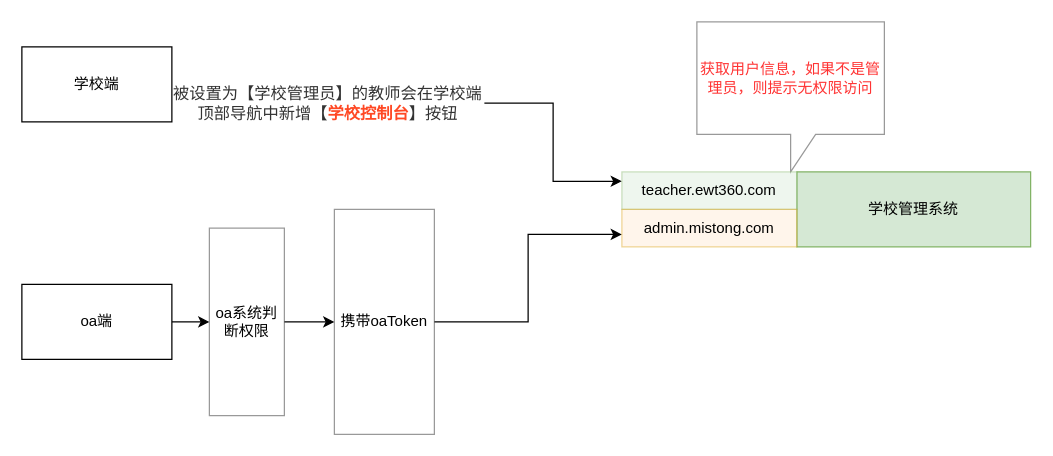
Above: Untitled Diagram.drawio in jinlianglou/my_workdir_exe (draw.io), before the change. Source tidied: cells renumbered, new cells numbered last; positions are measured from the earlier drawing's top-left corner, leaving out a move shared by most shapes. Both pictures are drawn from the tidied source at 125%, with x=0, y=0 at pixel (21, 21).
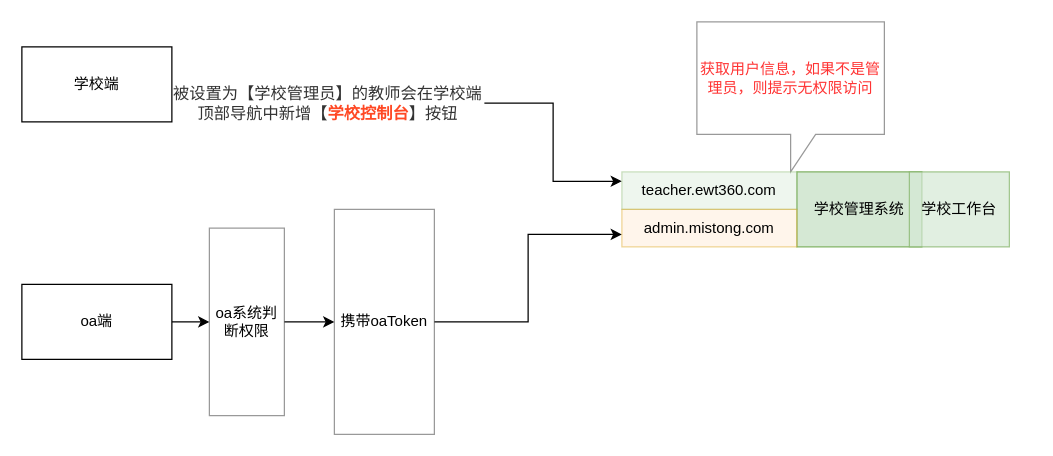
After the change.

The edit, as a diff of the source:
```diff
@@
 <mxGraphModel>
   <root>
     <mxCell id="0" />
     <mxCell id="1" parent="0" />
     <mxCell id="2" value="学校端" style="rounded=0;whiteSpace=wrap;html=1;" parent="1" vertex="1">
       <mxGeometry y="20" width="120" height="60" as="geometry" />
     </mxCell>
     <mxCell id="3" style="edgeStyle=orthogonalEdgeStyle;rounded=0;jettySize=auto;html=1;" parent="1" edge="1" source="4" target="10">
       <mxGeometry relative="1" as="geometry" />
     </mxCell>
     <mxCell id="4" value="oa端" style="rounded=0;whiteSpace=wrap;html=1;" parent="1" vertex="1">
       <mxGeometry y="210" width="120" height="60" as="geometry" />
     </mxCell>
     <mxCell id="5" style="edgeStyle=orthogonalEdgeStyle;rounded=0;jettySize=auto;html=1;entryX=0;entryY=0.25;entryDx=0;entryDy=0;" parent="1" edge="1" source="6" target="13">
       <mxGeometry relative="1" as="geometry" />
     </mxCell>
     <mxCell id="6" value="&lt;span style=&quot;font-size: 13px ; text-align: left&quot;&gt;&lt;font color=&quot;#333333&quot;&gt;被设置为【学校管理员】的教师会在学校端顶部导航中新增【&lt;/font&gt;&lt;b&gt;&lt;font color=&quot;#ff4824&quot;&gt;学校控制台&lt;/font&gt;&lt;/b&gt;&lt;font color=&quot;#333333&quot;&gt;】按钮&lt;/font&gt;&lt;/span&gt;" style="text;html=1;strokeColor=none;fillColor=none;align=center;verticalAlign=middle;whiteSpace=wrap;rounded=0;" parent="1" vertex="1">
       <mxGeometry x="120" y="60" width="250" height="10" as="geometry" />
     </mxCell>
     <mxCell id="7" value="学校管理系统" style="rounded=0;whiteSpace=wrap;html=1;fillColor=#d5e8d4;strokeColor=#82b366;" parent="1" vertex="1">
-      <mxGeometry x="620" y="120" width="187" height="60" as="geometry" />
+      <mxGeometry x="620" y="120" width="100" height="60" as="geometry" />
     </mxCell>
     <mxCell id="8" value="&lt;font color=&quot;#ff3333&quot;&gt;获取用户信息，如果不是管理员，则提示无权限访问&lt;/font&gt;" style="shape=callout;whiteSpace=wrap;html=1;perimeter=calloutPerimeter;opacity=40;" parent="1" vertex="1">
       <mxGeometry x="540" width="150" height="120" as="geometry" />
     </mxCell>
     <mxCell id="9" style="edgeStyle=orthogonalEdgeStyle;rounded=0;jettySize=auto;html=1;" parent="1" edge="1" source="10" target="12">
       <mxGeometry relative="1" as="geometry" />
     </mxCell>
     <mxCell id="10" value="oa系统判断权限" style="rounded=0;whiteSpace=wrap;html=1;opacity=40;" parent="1" vertex="1">
       <mxGeometry x="150" y="165" width="60" height="150" as="geometry" />
     </mxCell>
     <mxCell id="11" style="edgeStyle=orthogonalEdgeStyle;rounded=0;jettySize=auto;html=1;entryX=0;entryY=0.667;entryDx=0;entryDy=0;entryPerimeter=0;" parent="1" edge="1" source="12" target="14">
       <mxGeometry relative="1" as="geometry" />
     </mxCell>
     <mxCell id="12" value="携带oaToken" style="rounded=0;whiteSpace=wrap;html=1;opacity=40;" parent="1" vertex="1">
       <mxGeometry x="250" y="150" width="80" height="180" as="geometry" />
     </mxCell>
     <mxCell id="13" value="teacher.ewt360.com" style="rounded=0;whiteSpace=wrap;html=1;opacity=40;fillColor=#d5e8d4;strokeColor=#82b366;" parent="1" vertex="1">
       <mxGeometry x="480" y="120" width="140" height="30" as="geometry" />
     </mxCell>
     <mxCell id="14" value="admin.mistong.com" style="rounded=0;whiteSpace=wrap;html=1;opacity=40;fillColor=#ffe6cc;strokeColor=#d79b00;" parent="1" vertex="1">
       <mxGeometry x="480" y="150" width="140" height="30" as="geometry" />
     </mxCell>
+    <mxCell id="15" value="学校工作台" style="rounded=0;whiteSpace=wrap;html=1;fillColor=#d5e8d4;strokeColor=#82b366;opacity=70;" parent="1" vertex="1">
+      <mxGeometry x="710" y="120" width="80" height="60" as="geometry" />
+    </mxCell>
   </root>
 </mxGraphModel>
```
